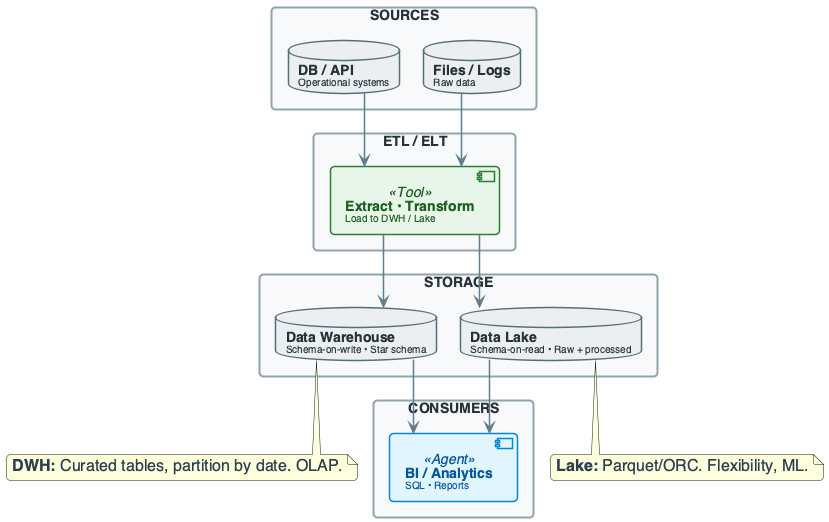
OrPerets/data-engineering-course keeps this PlantUML diagram as diagrams/week05/week5_lecture_slide13_system_overview.png. Above is the earlier version.
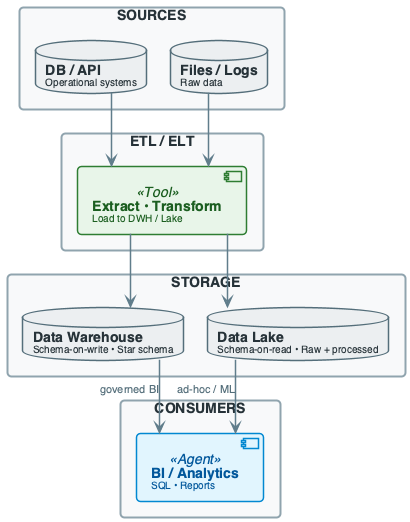
Above is the later version.

What changed in the source:
```diff
@@ -140,10 +140,7 @@
 SRC2 --> ETL
 ETL --> DWH
 ETL --> LAKE
-DWH --> BI
-LAKE --> BI
-
-note bottom of DWH : **DWH:** Curated tables, partition by date. OLAP.
-note bottom of LAKE : **Lake:** Parquet/ORC. Flexibility, ML.
+DWH --> BI : "governed BI"
+LAKE --> BI : "ad-hoc / ML"
 
 @enduml
```
